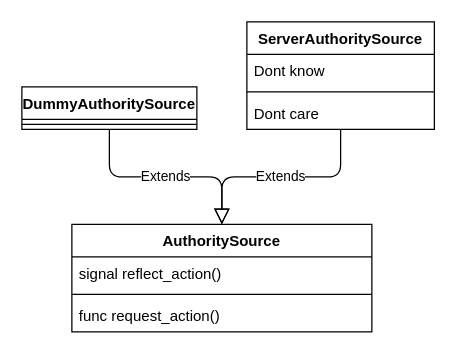
Earlier version of the draw.io diagram page "AuthoritySourceClassDiagram" (1 of 3) of uml/authoritative-actions.dio (NobleMetalLabs/the-genesis-gambit). Source tidied: cells renumbered, new cells numbered last; positions are measured from the earlier drawing's top-left corner, leaving out a move shared by most shapes. Both pictures are drawn from the tidied source at 125%, with x=0, y=0 at pixel (21, 21).
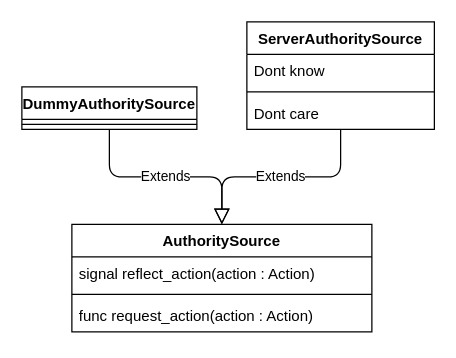
After the change.

Change to the diagram source:
```diff
@@
 <mxGraphModel>
   <root>
     <mxCell id="0" />
     <mxCell id="1" parent="0" />
     <mxCell id="2" value="AuthoritySource" style="swimlane;fontStyle=1;align=center;verticalAlign=top;horizontal=1;startSize=26;" parent="1" vertex="1">
       <mxGeometry x="40" y="162" width="240" height="86" as="geometry" />
     </mxCell>
-    <mxCell id="3" value="signal reflect_action()" style="text;strokeColor=none;fillColor=none;align=left;verticalAlign=top;spacingLeft=4;spacingRight=4;overflow=hidden;" parent="2" vertex="1">
+    <mxCell id="3" value="signal reflect_action(action : Action)" style="text;strokeColor=none;fillColor=none;align=left;verticalAlign=top;spacingLeft=4;spacingRight=4;overflow=hidden;" parent="2" vertex="1">
       <mxGeometry y="26" width="240" height="26" as="geometry" />
     </mxCell>
     <mxCell id="4" style="line;strokeWidth=1;fillColor=none;align=left;verticalAlign=middle;spacingTop=-1;spacingLeft=3;spacingRight=3;labelPosition=right;strokeColor=inherit;" parent="2" vertex="1">
       <mxGeometry y="52" width="240" height="8" as="geometry" />
     </mxCell>
-    <mxCell id="5" value="func request_action()" style="text;strokeColor=none;fillColor=none;align=left;verticalAlign=top;spacingLeft=4;spacingRight=4;overflow=hidden;" parent="2" vertex="1">
+    <mxCell id="5" value="func request_action(action : Action)" style="text;strokeColor=none;fillColor=none;align=left;verticalAlign=top;spacingLeft=4;spacingRight=4;overflow=hidden;" parent="2" vertex="1">
       <mxGeometry y="60" width="240" height="26" as="geometry" />
     </mxCell>
     <mxCell id="6" value="Extends" style="endArrow=block;endSize=10;endFill=0;html=1;elbow=vertical;edgeStyle=orthogonalEdgeStyle;" parent="1" edge="1" source="7" target="2">
       <mxGeometry relative="1" as="geometry" />
     </mxCell>
     <mxCell id="7" value="DummyAuthoritySource" style="swimlane;fontStyle=1;align=center;verticalAlign=top;horizontal=1;startSize=26;" parent="1" vertex="1">
       <mxGeometry y="52" width="140" height="34" as="geometry" />
     </mxCell>
     <mxCell id="8" style="line;strokeWidth=1;fillColor=none;align=left;verticalAlign=middle;spacingTop=-1;spacingLeft=3;spacingRight=3;labelPosition=right;strokeColor=inherit;" parent="7" vertex="1">
       <mxGeometry y="26" width="140" height="8" as="geometry" />
     </mxCell>
     <mxCell id="9" value="ServerAuthoritySource" style="swimlane;fontStyle=1;align=center;verticalAlign=top;horizontal=1;startSize=26;" parent="1" vertex="1">
       <mxGeometry x="180" width="150" height="86" as="geometry" />
     </mxCell>
     <mxCell id="10" value="Dont know" style="text;strokeColor=none;fillColor=none;align=left;verticalAlign=top;spacingLeft=4;spacingRight=4;overflow=hidden;" parent="9" vertex="1">
       <mxGeometry y="26" width="150" height="26" as="geometry" />
     </mxCell>
     <mxCell id="11" style="line;strokeWidth=1;fillColor=none;align=left;verticalAlign=middle;spacingTop=-1;spacingLeft=3;spacingRight=3;labelPosition=right;strokeColor=inherit;" parent="9" vertex="1">
       <mxGeometry y="52" width="150" height="8" as="geometry" />
     </mxCell>
     <mxCell id="12" value="Dont care" style="text;strokeColor=none;fillColor=none;align=left;verticalAlign=top;spacingLeft=4;spacingRight=4;overflow=hidden;" parent="9" vertex="1">
       <mxGeometry y="60" width="150" height="26" as="geometry" />
     </mxCell>
     <mxCell id="13" value="Extends" style="endArrow=block;endSize=10;endFill=0;html=1;elbow=vertical;edgeStyle=orthogonalEdgeStyle;" parent="1" edge="1" source="9" target="2">
       <mxGeometry relative="1" as="geometry" />
     </mxCell>
   </root>
 </mxGraphModel>
```
